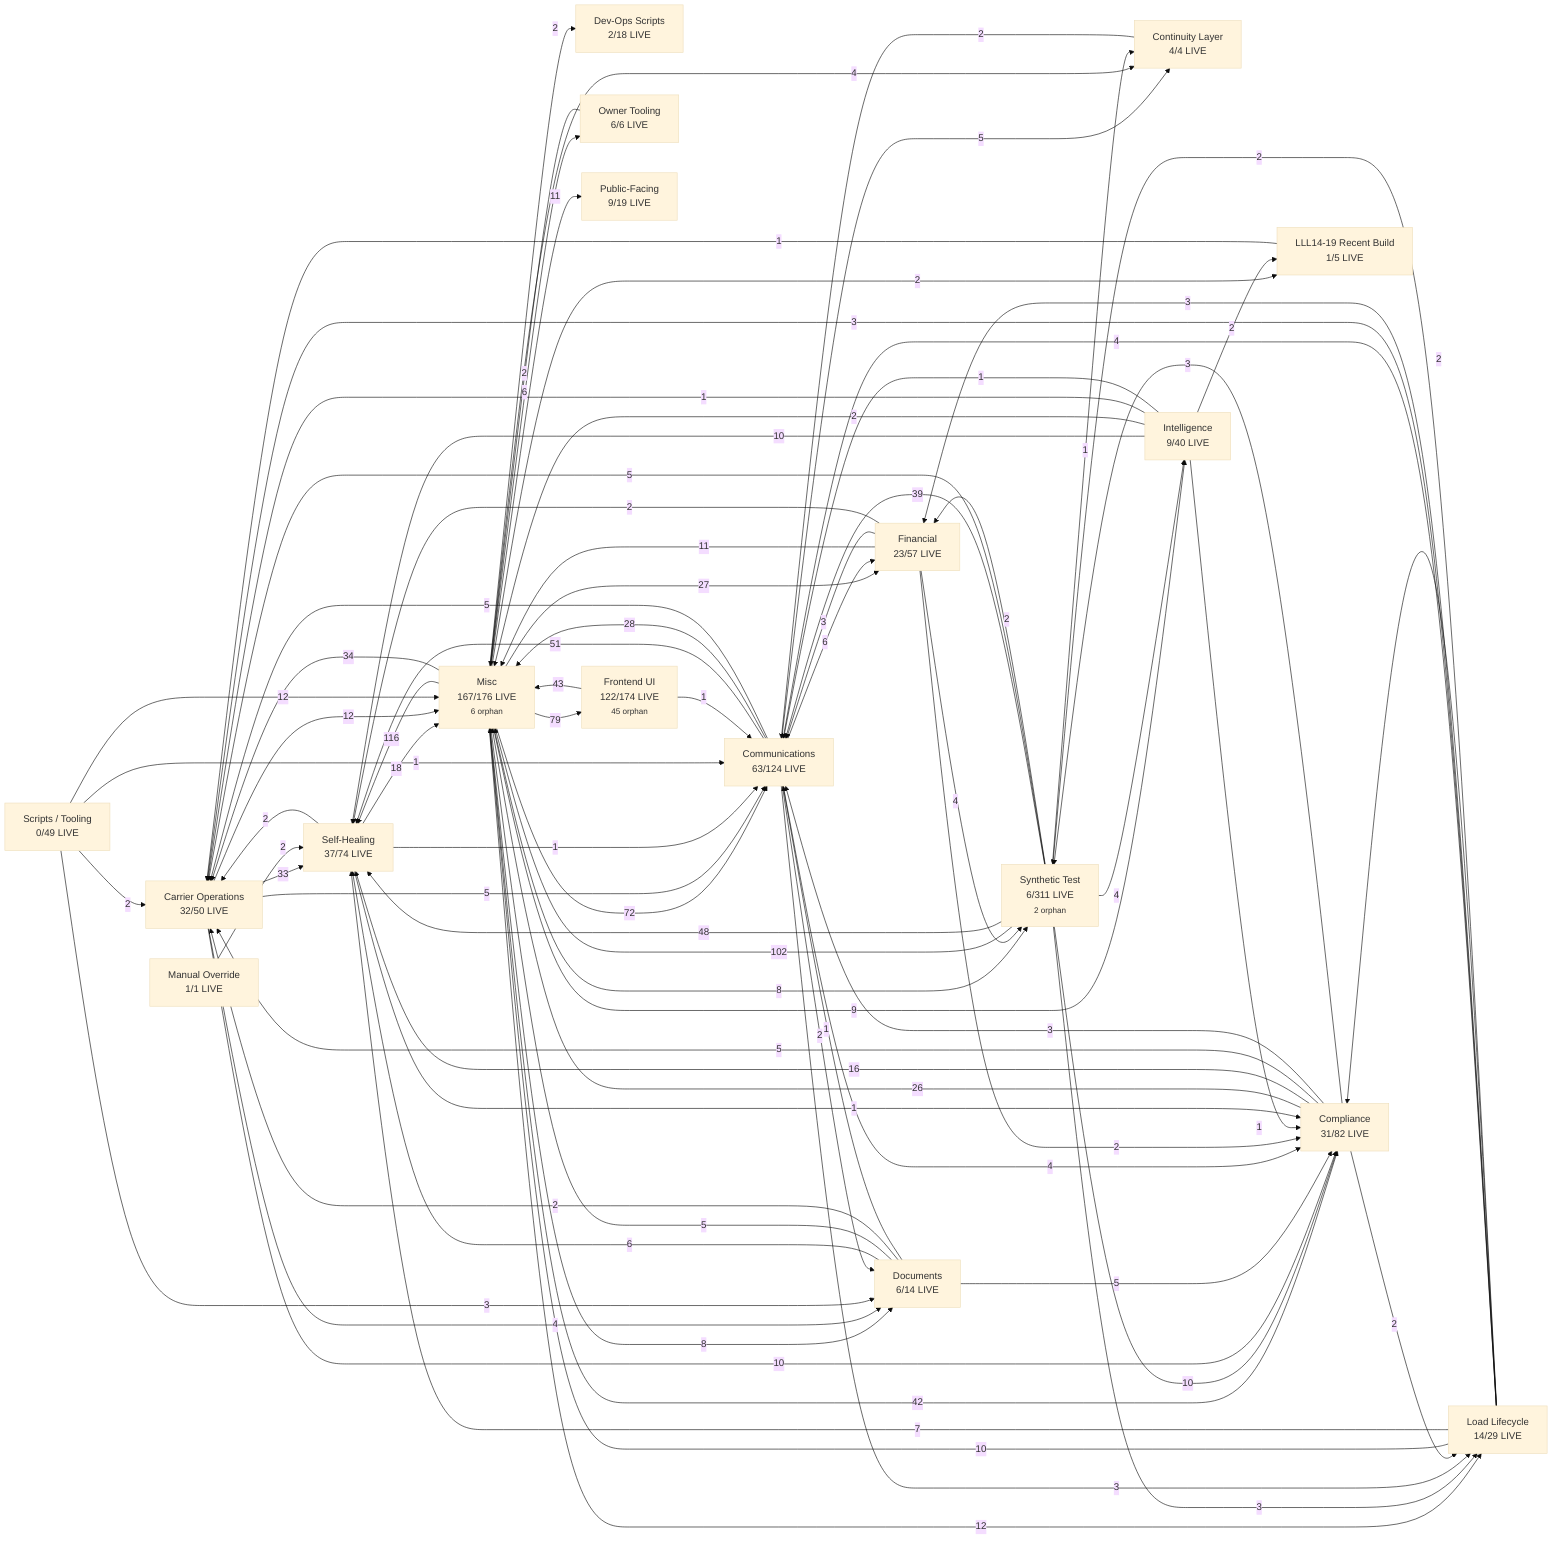
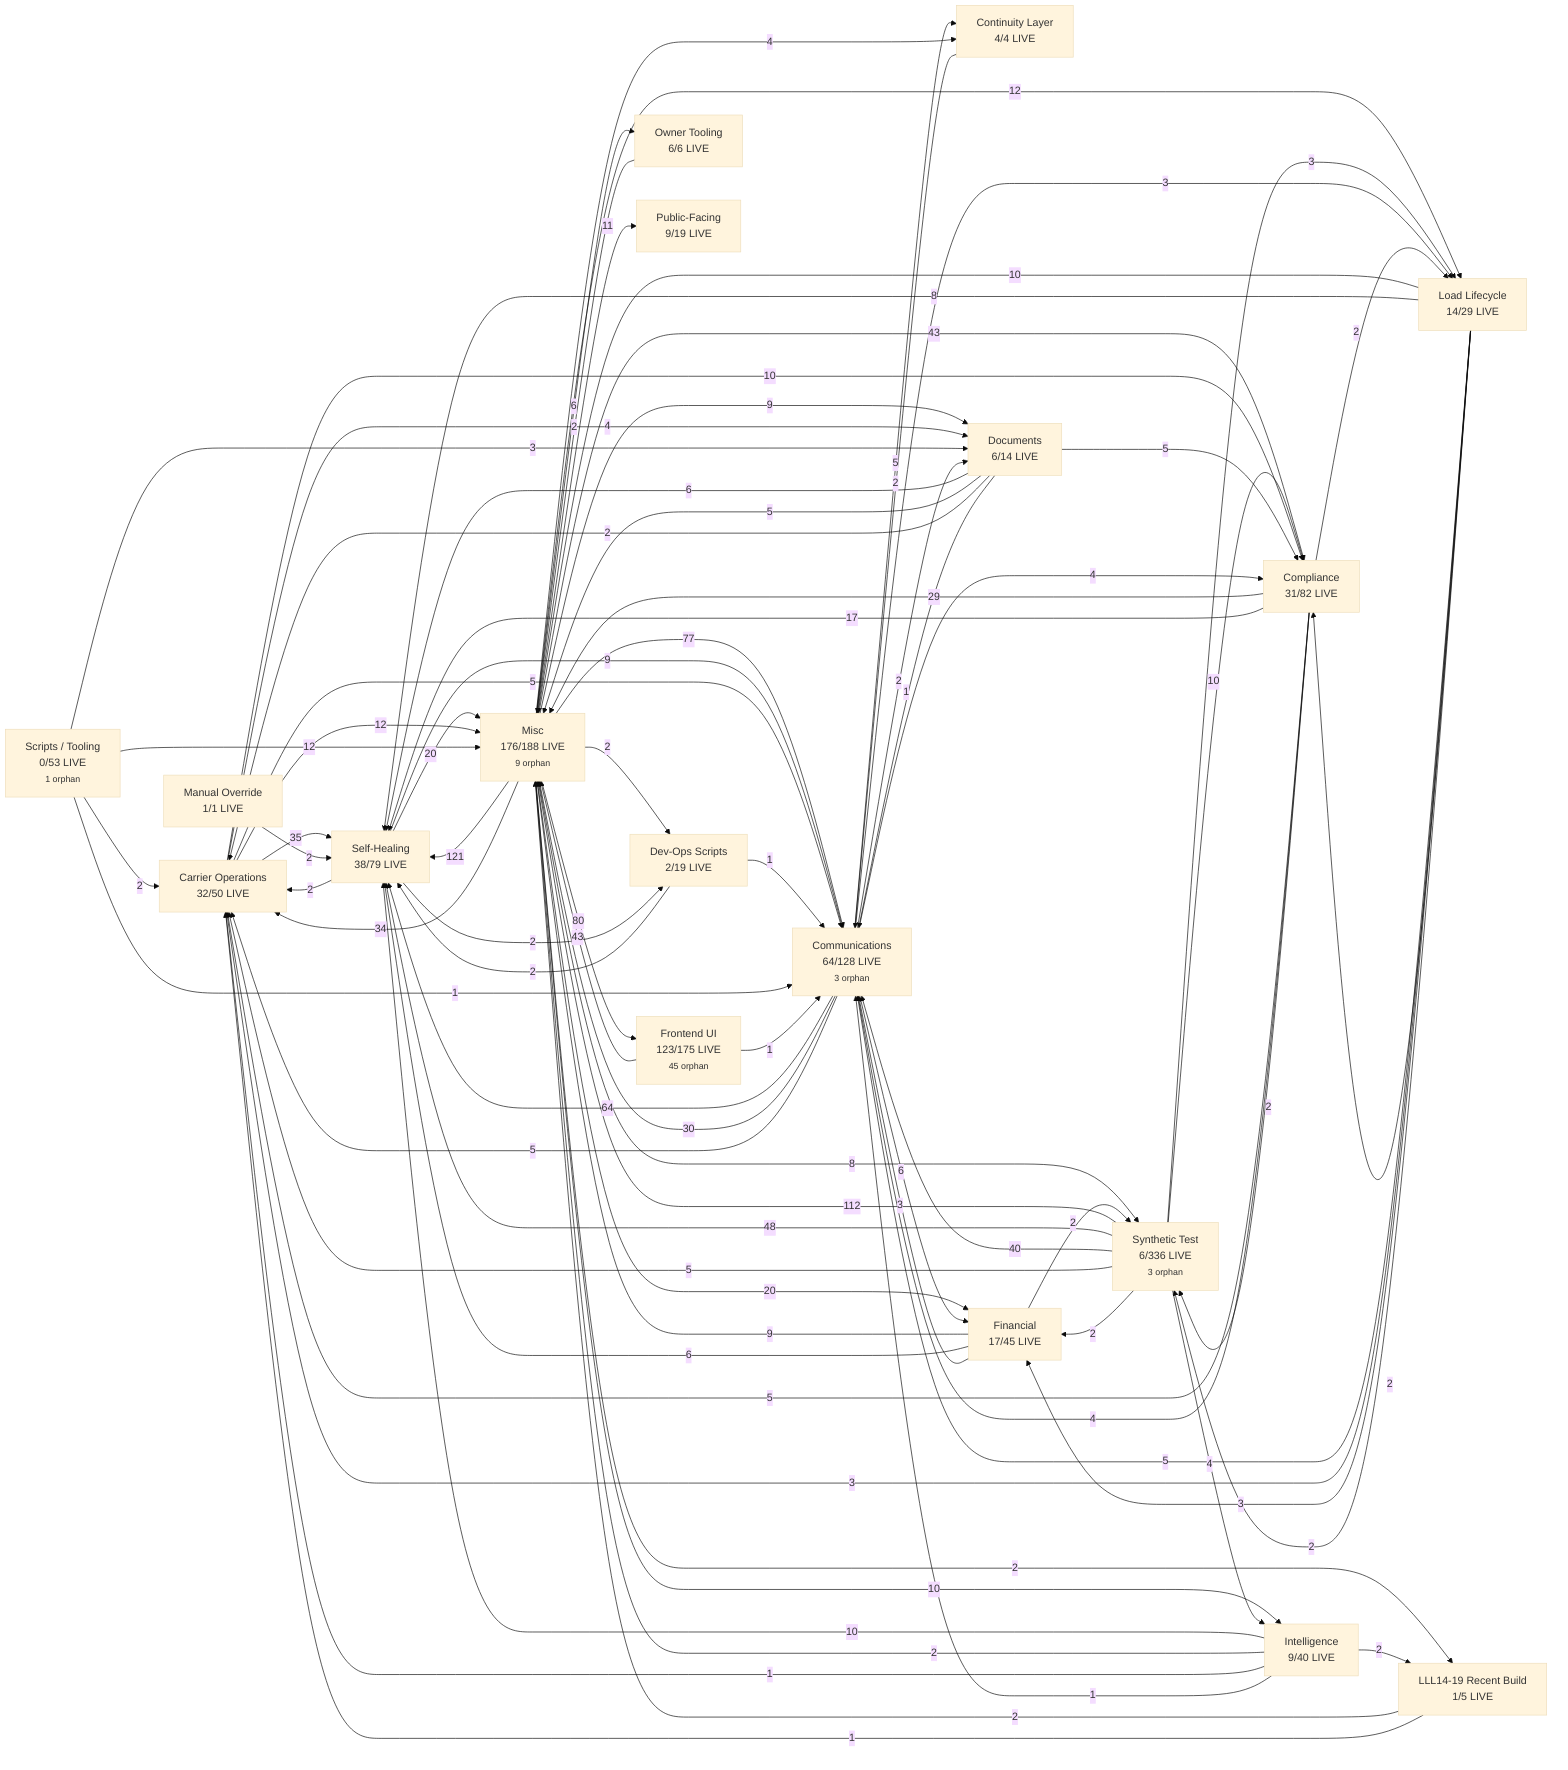
%%{init: {'theme':'base'}}%%
graph LR

  %% Subsystem nodes (size in label = LIVE / total)
  S_Carrier_Operations["Carrier Operations<br/>32/50 LIVE"]
-   S_Communications["Communications<br/>63/124 LIVE"]
+   S_Communications["Communications<br/>64/128 LIVE<br/><small>3 orphan</small>"]
  S_Compliance["Compliance<br/>31/82 LIVE"]
  S_Continuity_Layer["Continuity Layer<br/>4/4 LIVE"]
-   S_Dev_Ops_Scripts["Dev-Ops Scripts<br/>2/18 LIVE"]
+   S_Dev_Ops_Scripts["Dev-Ops Scripts<br/>2/19 LIVE"]
  S_Documents["Documents<br/>6/14 LIVE"]
-   S_Financial["Financial<br/>23/57 LIVE"]
-   S_Frontend_UI["Frontend UI<br/>122/174 LIVE<br/><small>45 orphan</small>"]
+   S_Financial["Financial<br/>17/45 LIVE"]
+   S_Frontend_UI["Frontend UI<br/>123/175 LIVE<br/><small>45 orphan</small>"]
  S_Intelligence["Intelligence<br/>9/40 LIVE"]
  S_LLL14_19_Recent_Build["LLL14-19 Recent Build<br/>1/5 LIVE"]
  S_Load_Lifecycle["Load Lifecycle<br/>14/29 LIVE"]
  S_Manual_Override["Manual Override<br/>1/1 LIVE"]
-   S_Misc["Misc<br/>167/176 LIVE<br/><small>6 orphan</small>"]
+   S_Misc["Misc<br/>176/188 LIVE<br/><small>9 orphan</small>"]
  S_Owner_Tooling["Owner Tooling<br/>6/6 LIVE"]
  S_Public_Facing["Public-Facing<br/>9/19 LIVE"]
-   S_Scripts___Tooling["Scripts / Tooling<br/>0/49 LIVE"]
-   S_Self_Healing["Self-Healing<br/>37/74 LIVE"]
-   S_Synthetic_Test["Synthetic Test<br/>6/311 LIVE<br/><small>2 orphan</small>"]
+   S_Scripts___Tooling["Scripts / Tooling<br/>0/53 LIVE<br/><small>1 orphan</small>"]
+   S_Self_Healing["Self-Healing<br/>38/79 LIVE"]
+   S_Synthetic_Test["Synthetic Test<br/>6/336 LIVE<br/><small>3 orphan</small>"]

  %% Cross-subsystem edges (weighted by caller-file count)
-   S_Misc -- 116 --> S_Self_Healing
-   S_Synthetic_Test -- 102 --> S_Misc
-   S_Misc -- 79 --> S_Frontend_UI
-   S_Misc -- 72 --> S_Communications
-   S_Communications -- 51 --> S_Self_Healing
+   S_Misc -- 121 --> S_Self_Healing
+   S_Synthetic_Test -- 112 --> S_Misc
+   S_Misc -- 80 --> S_Frontend_UI
+   S_Misc -- 77 --> S_Communications
+   S_Communications -- 64 --> S_Self_Healing
  S_Synthetic_Test -- 48 --> S_Self_Healing
+   S_Misc -- 43 --> S_Compliance
  S_Frontend_UI -- 43 --> S_Misc
-   S_Misc -- 42 --> S_Compliance
-   S_Synthetic_Test -- 39 --> S_Communications
+   S_Synthetic_Test -- 40 --> S_Communications
+   S_Carrier_Operations -- 35 --> S_Self_Healing
  S_Misc -- 34 --> S_Carrier_Operations
-   S_Carrier_Operations -- 33 --> S_Self_Healing
-   S_Communications -- 28 --> S_Misc
-   S_Misc -- 27 --> S_Financial
-   S_Compliance -- 26 --> S_Misc
-   S_Self_Healing -- 18 --> S_Misc
-   S_Compliance -- 16 --> S_Self_Healing
+   S_Communications -- 30 --> S_Misc
+   S_Compliance -- 29 --> S_Misc
+   S_Misc -- 20 --> S_Financial
+   S_Self_Healing -- 20 --> S_Misc
+   S_Compliance -- 17 --> S_Self_Healing
  S_Misc -- 12 --> S_Load_Lifecycle
  S_Carrier_Operations -- 12 --> S_Misc
  S_Scripts___Tooling -- 12 --> S_Misc
-   S_Financial -- 11 --> S_Misc
  S_Misc -- 11 --> S_Public_Facing
  S_Synthetic_Test -- 10 --> S_Compliance
  S_Carrier_Operations -- 10 --> S_Compliance
+   S_Misc -- 10 --> S_Intelligence
  S_Load_Lifecycle -- 10 --> S_Misc
  S_Intelligence -- 10 --> S_Self_Healing
-   S_Misc -- 9 --> S_Intelligence
-   S_Misc -- 8 --> S_Documents
+   S_Self_Healing -- 9 --> S_Communications
+   S_Misc -- 9 --> S_Documents
+   S_Financial -- 9 --> S_Misc
+   S_Load_Lifecycle -- 8 --> S_Self_Healing
  S_Misc -- 8 --> S_Synthetic_Test
-   S_Load_Lifecycle -- 7 --> S_Self_Healing
  S_Communications -- 6 --> S_Financial
  S_Misc -- 6 --> S_Owner_Tooling
  S_Documents -- 6 --> S_Self_Healing
+   S_Financial -- 6 --> S_Self_Healing
  S_Compliance -- 5 --> S_Carrier_Operations
  S_Communications -- 5 --> S_Carrier_Operations
  S_Synthetic_Test -- 5 --> S_Carrier_Operations
  S_Carrier_Operations -- 5 --> S_Communications
+   S_Load_Lifecycle -- 5 --> S_Communications
  S_Documents -- 5 --> S_Compliance
  S_Communications -- 5 --> S_Continuity_Layer
  S_Documents -- 5 --> S_Misc
-   S_Load_Lifecycle -- 4 --> S_Communications
+   S_Compliance -- 4 --> S_Communications
  S_Communications -- 4 --> S_Compliance
  S_Misc -- 4 --> S_Continuity_Layer
  S_Carrier_Operations -- 4 --> S_Documents
  S_Synthetic_Test -- 4 --> S_Intelligence
-   S_Financial -- 4 --> S_Synthetic_Test
  S_Load_Lifecycle -- 3 --> S_Carrier_Operations
  S_Financial -- 3 --> S_Communications
-   S_Compliance -- 3 --> S_Communications
  S_Scripts___Tooling -- 3 --> S_Documents
  S_Load_Lifecycle -- 3 --> S_Financial
  S_Synthetic_Test -- 3 --> S_Load_Lifecycle
  S_Communications -- 3 --> S_Load_Lifecycle
-   S_Compliance -- 3 --> S_Synthetic_Test
  S_Documents -- 2 --> S_Carrier_Operations
  S_Self_Healing -- 2 --> S_Carrier_Operations
  S_Scripts___Tooling -- 2 --> S_Carrier_Operations
  S_Continuity_Layer -- 2 --> S_Communications
  S_Load_Lifecycle -- 2 --> S_Compliance
-   S_Financial -- 2 --> S_Compliance
  S_Misc -- 2 --> S_Dev_Ops_Scripts
+   S_Self_Healing -- 2 --> S_Dev_Ops_Scripts
  S_Communications -- 2 --> S_Documents
  S_Synthetic_Test -- 2 --> S_Financial
  S_Misc -- 2 --> S_LLL14_19_Recent_Build
  S_Intelligence -- 2 --> S_LLL14_19_Recent_Build
  S_Compliance -- 2 --> S_Load_Lifecycle
  S_Owner_Tooling -- 2 --> S_Misc
  S_Intelligence -- 2 --> S_Misc
+   S_LLL14_19_Recent_Build -- 2 --> S_Misc
+   S_Dev_Ops_Scripts -- 2 --> S_Self_Healing
  S_Manual_Override -- 2 --> S_Self_Healing
-   S_Financial -- 2 --> S_Self_Healing
+   S_Compliance -- 2 --> S_Synthetic_Test
+   S_Financial -- 2 --> S_Synthetic_Test
  S_Load_Lifecycle -- 2 --> S_Synthetic_Test
  S_Intelligence -- 1 --> S_Carrier_Operations
  S_LLL14_19_Recent_Build -- 1 --> S_Carrier_Operations
  S_Intelligence -- 1 --> S_Communications
  S_Documents -- 1 --> S_Communications
-   S_Self_Healing -- 1 --> S_Communications
+   S_Dev_Ops_Scripts -- 1 --> S_Communications
  S_Scripts___Tooling -- 1 --> S_Communications
-   S_Frontend_UI -- 1 --> S_Communications
-   S_Intelligence -- 1 --> S_Compliance
-   S_Self_Healing -- 1 --> S_Compliance
-   S_Synthetic_Test -- 1 --> S_Continuity_Layer+   S_Frontend_UI -- 1 --> S_Communications